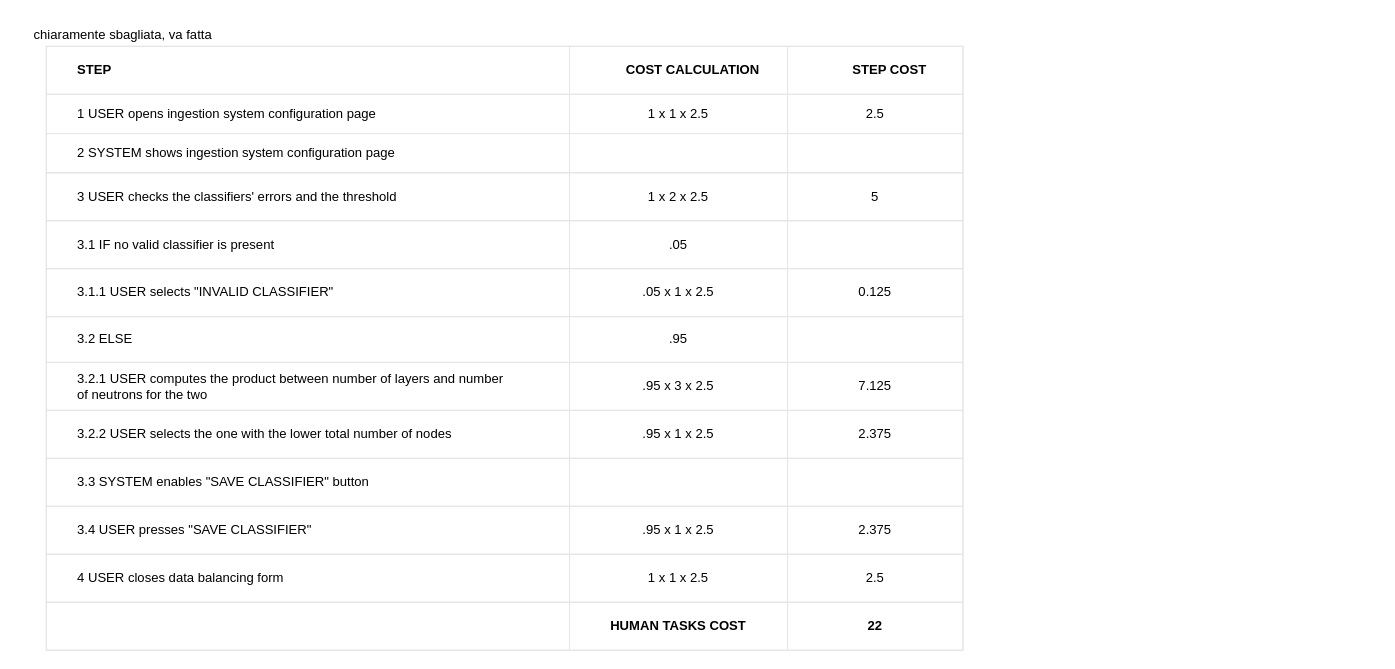
BaffoBello14/AutomaticDamagesRecognition keeps this draw.io diagram as configure/Capecchi/table ingestion system.drawio. Above is the earlier version. Source tidied: cells renumbered, new cells numbered last; positions are measured from the earlier drawing's top-left corner, leaving out a move shared by most shapes. Both pictures are drawn from the tidied source at 109%, with x=0, y=0 at pixel (19, 19).
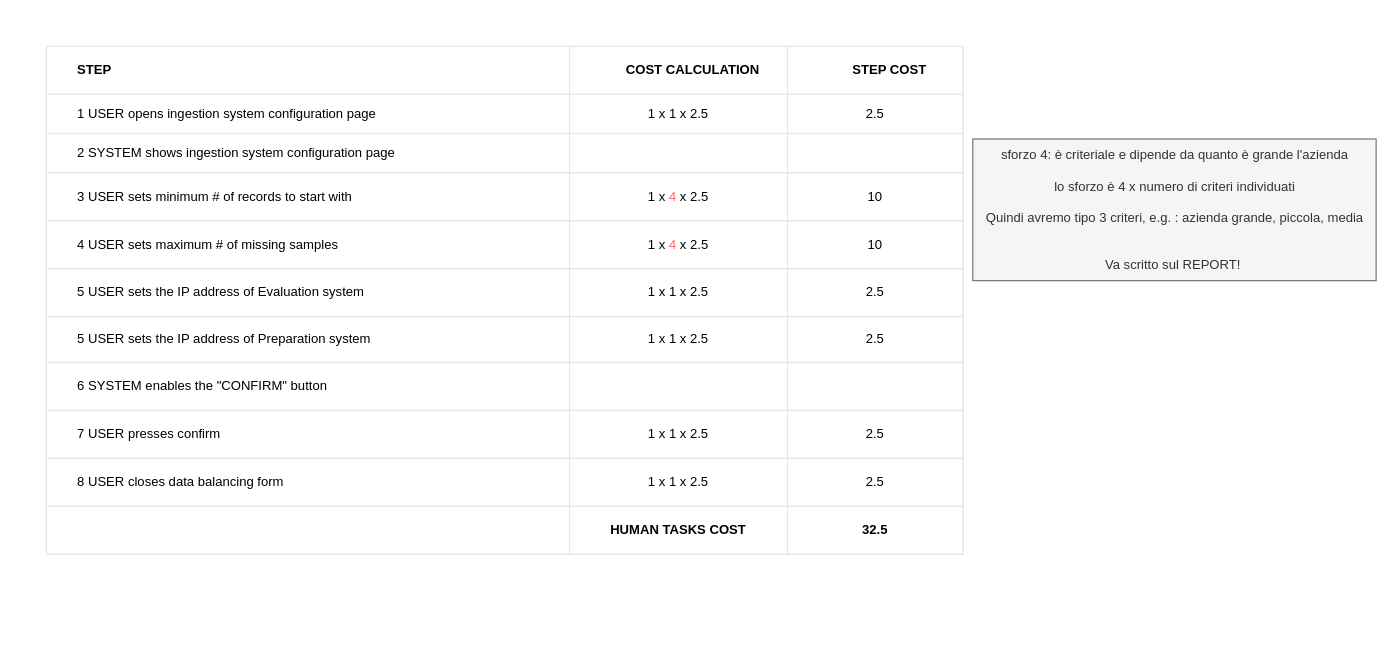
Above is the later version.

Unchanged cells that the change refers to:
```xml
<mxCell id="15" style="shape=tableRow;horizontal=0;startSize=0;swimlaneHead=0;swimlaneBody=0;top=0;left=0;bottom=0;right=0;fontStyle=0;fillColor=none;strokeColor=inherit;align=center;" parent="2" vertex="1">
  <mxGeometry y="116" width="841" height="44" as="geometry" />
</mxCell>
<mxCell id="19" style="shape=tableRow;horizontal=0;startSize=0;swimlaneHead=0;swimlaneBody=0;top=0;left=0;bottom=0;right=0;fontStyle=0;fillColor=none;strokeColor=inherit;align=center;" parent="2" vertex="1">
  <mxGeometry y="160" width="841" height="44" as="geometry" />
</mxCell>
<mxCell id="23" style="shape=tableRow;horizontal=0;startSize=0;swimlaneHead=0;swimlaneBody=0;top=0;left=0;bottom=0;right=0;fontStyle=0;fillColor=none;strokeColor=inherit;align=center;" parent="2" vertex="1">
  <mxGeometry y="204" width="841" height="44" as="geometry" />
</mxCell>
<mxCell id="27" style="shape=tableRow;horizontal=0;startSize=0;swimlaneHead=0;swimlaneBody=0;top=0;left=0;bottom=0;right=0;fontStyle=0;fillColor=none;strokeColor=inherit;align=center;" parent="2" vertex="1">
  <mxGeometry y="248" width="841" height="42" as="geometry" />
</mxCell>
<mxCell id="31" style="shape=tableRow;horizontal=0;startSize=0;swimlaneHead=0;swimlaneBody=0;top=0;left=0;bottom=0;right=0;fontStyle=0;fillColor=none;strokeColor=inherit;align=center;" parent="2" vertex="1">
  <mxGeometry y="290" width="841" height="44" as="geometry" />
</mxCell>
<mxCell id="35" style="shape=tableRow;horizontal=0;startSize=0;swimlaneHead=0;swimlaneBody=0;top=0;left=0;bottom=0;right=0;fontStyle=0;fillColor=none;strokeColor=inherit;align=center;" parent="2" vertex="1">
  <mxGeometry y="334" width="841" height="44" as="geometry" />
</mxCell>
<mxCell id="39" style="shape=tableRow;horizontal=0;startSize=0;swimlaneHead=0;swimlaneBody=0;top=0;left=0;bottom=0;right=0;fontStyle=0;fillColor=none;strokeColor=inherit;align=center;" parent="2" vertex="1">
  <mxGeometry y="378" width="841" height="44" as="geometry" />
</mxCell>
```

What changed in the source:
```diff
@@
     <mxCell id="2" style="childLayout=tableLayout;shadow=0;strokeColor=#E6E6E6;align=center;" parent="1" vertex="1">
-      <mxGeometry x="25" y="25" width="841" height="554" as="geometry" />
+      <mxGeometry x="25" y="25" width="841" height="466" as="geometry" />
     </mxCell>
@@
-    <mxCell id="16" value="&lt;span style=&quot;border-color: var(--border-color);&quot;&gt;&#9;&lt;/span&gt;&lt;span style=&quot;white-space: pre;&quot;&gt;&#9;&lt;/span&gt;3 USER checks the classifiers' errors and the threshold" style="strokeColor=inherit;fillColor=none;align=left;whiteSpace=wrap;html=1;labelPosition=center;verticalLabelPosition=middle;verticalAlign=middle;" parent="15" vertex="1">
+    <mxCell id="16" value="&lt;span style=&quot;border-color: var(--border-color);&quot;&gt;&#9;&lt;/span&gt;&lt;span style=&quot;&quot;&gt;&#9;&lt;/span&gt;&lt;span style=&quot;white-space: pre;&quot;&gt;&#9;&lt;/span&gt;3 USER sets minimum # of records to start with" style="strokeColor=inherit;fillColor=none;align=left;whiteSpace=wrap;html=1;labelPosition=center;verticalLabelPosition=middle;verticalAlign=middle;" parent="15" vertex="1">
       <mxGeometry width="480" height="44" as="geometry" />
     </mxCell>
-    <mxCell id="17" value="1 x 2 x 2.5" style="strokeColor=inherit;fillColor=none;align=center;whiteSpace=wrap;html=1;" parent="15" vertex="1">
+    <mxCell id="17" value="1 x &lt;font color=&quot;#ff6666&quot;&gt;4 &lt;/font&gt;x 2.5" style="strokeColor=inherit;fillColor=none;align=center;whiteSpace=wrap;html=1;" parent="15" vertex="1">
       <mxGeometry x="480" width="200" height="44" as="geometry" />
     </mxCell>
-    <mxCell id="18" value="5" style="strokeColor=inherit;fillColor=none;align=center;whiteSpace=wrap;html=1;" parent="15" vertex="1">
+    <mxCell id="18" value="10" style="strokeColor=inherit;fillColor=none;align=center;whiteSpace=wrap;html=1;" parent="15" vertex="1">
       <mxGeometry x="680" width="161" height="44" as="geometry" />
     </mxCell>
@@
-    <mxCell id="20" value="&lt;span style=&quot;white-space: pre;&quot;&gt;&#9;&lt;/span&gt;3.1 IF no valid classifier is present" style="strokeColor=inherit;fillColor=none;align=left;whiteSpace=wrap;html=1;labelPosition=center;verticalLabelPosition=middle;verticalAlign=middle;" parent="19" vertex="1">
+    <mxCell id="20" value="&lt;span style=&quot;&quot;&gt;&#9;&lt;/span&gt;&lt;span style=&quot;white-space: pre;&quot;&gt;&#9;&lt;/span&gt;4&amp;nbsp;USER sets maximum # of missing samples" style="strokeColor=inherit;fillColor=none;align=left;whiteSpace=wrap;html=1;labelPosition=center;verticalLabelPosition=middle;verticalAlign=middle;" parent="19" vertex="1">
       <mxGeometry width="480" height="44" as="geometry" />
     </mxCell>
-    <mxCell id="21" value=".05" style="strokeColor=inherit;fillColor=none;align=center;whiteSpace=wrap;html=1;" parent="19" vertex="1">
+    <mxCell id="21" value="1 x &lt;font color=&quot;#ff6666&quot;&gt;4 &lt;/font&gt;x 2.5" style="strokeColor=inherit;fillColor=none;align=center;whiteSpace=wrap;html=1;" parent="19" vertex="1">
       <mxGeometry x="480" width="200" height="44" as="geometry" />
     </mxCell>
-    <mxCell id="22" style="strokeColor=inherit;fillColor=none;align=center;whiteSpace=wrap;html=1;" parent="19" vertex="1">
+    <mxCell id="22" value="10" style="strokeColor=inherit;fillColor=none;align=center;whiteSpace=wrap;html=1;" parent="19" vertex="1">
       <mxGeometry x="680" width="161" height="44" as="geometry" />
     </mxCell>
@@
-    <mxCell id="24" value="&lt;span style=&quot;white-space: pre;&quot;&gt;&#9;&lt;/span&gt;3.1.1&amp;nbsp;USER selects &quot;INVALID CLASSIFIER&quot;" style="strokeColor=inherit;fillColor=none;align=left;whiteSpace=wrap;html=1;labelPosition=center;verticalLabelPosition=middle;verticalAlign=middle;" parent="23" vertex="1">
+    <mxCell id="24" value="&lt;span style=&quot;border-color: var(--border-color);&quot;&gt;&#9;&lt;/span&gt;&lt;span style=&quot;&quot;&gt;&#9;&lt;/span&gt;&lt;span style=&quot;white-space: pre;&quot;&gt;&#9;&lt;/span&gt;5&amp;nbsp;USER sets the IP address of Evaluation system" style="strokeColor=inherit;fillColor=none;align=left;whiteSpace=wrap;html=1;labelPosition=center;verticalLabelPosition=middle;verticalAlign=middle;" parent="23" vertex="1">
       <mxGeometry width="480" height="44" as="geometry" />
     </mxCell>
-    <mxCell id="25" value=".05 x 1 x 2.5" style="strokeColor=inherit;fillColor=none;align=center;whiteSpace=wrap;html=1;" parent="23" vertex="1">
+    <mxCell id="25" value="1 x 1 x 2.5" style="strokeColor=inherit;fillColor=none;align=center;whiteSpace=wrap;html=1;" parent="23" vertex="1">
       <mxGeometry x="480" width="200" height="44" as="geometry" />
     </mxCell>
-    <mxCell id="26" value="0.125" style="strokeColor=inherit;fillColor=none;align=center;whiteSpace=wrap;html=1;" parent="23" vertex="1">
+    <mxCell id="26" value="2.5" style="strokeColor=inherit;fillColor=none;align=center;whiteSpace=wrap;html=1;" parent="23" vertex="1">
       <mxGeometry x="680" width="161" height="44" as="geometry" />
     </mxCell>
@@
-    <mxCell id="28" value="&lt;span style=&quot;white-space: pre;&quot;&gt;&#9;&lt;/span&gt;3.2 ELSE" style="strokeColor=inherit;fillColor=none;align=left;whiteSpace=wrap;html=1;labelPosition=center;verticalLabelPosition=middle;verticalAlign=middle;" parent="27" vertex="1">
+    <mxCell id="28" value="&lt;span style=&quot;border-color: var(--border-color);&quot;&gt;&#9;&lt;/span&gt;&lt;span style=&quot;white-space: pre;&quot;&gt;&#9;&lt;/span&gt;5&amp;nbsp;USER sets the IP address of Preparation system" style="strokeColor=inherit;fillColor=none;align=left;whiteSpace=wrap;html=1;labelPosition=center;verticalLabelPosition=middle;verticalAlign=middle;" parent="27" vertex="1">
       <mxGeometry width="480" height="42" as="geometry" />
     </mxCell>
-    <mxCell id="29" value=".95" style="strokeColor=inherit;fillColor=none;align=center;whiteSpace=wrap;html=1;" parent="27" vertex="1">
+    <mxCell id="29" value="1 x 1 x 2.5" style="strokeColor=inherit;fillColor=none;align=center;whiteSpace=wrap;html=1;" parent="27" vertex="1">
       <mxGeometry x="480" width="200" height="42" as="geometry" />
     </mxCell>
-    <mxCell id="30" style="strokeColor=inherit;fillColor=none;align=center;whiteSpace=wrap;html=1;" parent="27" vertex="1">
+    <mxCell id="30" value="2.5" style="strokeColor=inherit;fillColor=none;align=center;whiteSpace=wrap;html=1;" parent="27" vertex="1">
       <mxGeometry x="680" width="161" height="42" as="geometry" />
     </mxCell>
@@
-    <mxCell id="32" value="&lt;span style=&quot;&quot;&gt;&#9;&lt;/span&gt;&lt;span style=&quot;white-space: pre;&quot;&gt;&#9;&lt;/span&gt;3.2.1 USER computes the product between number of layers and number&amp;nbsp; &lt;span style=&quot;white-space: pre;&quot;&gt;&#9;&lt;/span&gt;of&amp;nbsp;neutrons for the two" style="strokeColor=inherit;fillColor=none;align=left;whiteSpace=wrap;html=1;labelPosition=center;verticalLabelPosition=middle;verticalAlign=middle;" parent="31" vertex="1">
+    <mxCell id="32" value="&lt;span style=&quot;white-space: pre;&quot;&gt;&#9;6&lt;/span&gt;&amp;nbsp;SYSTEM enables the &quot;CONFIRM&quot; button" style="strokeColor=inherit;fillColor=none;align=left;whiteSpace=wrap;html=1;labelPosition=center;verticalLabelPosition=middle;verticalAlign=middle;" parent="31" vertex="1">
       <mxGeometry width="480" height="44" as="geometry" />
     </mxCell>
-    <mxCell id="33" value=".95 x 3 x 2.5" style="strokeColor=inherit;fillColor=none;align=center;whiteSpace=wrap;html=1;" parent="31" vertex="1">
+    <mxCell id="33" style="strokeColor=inherit;fillColor=none;align=center;whiteSpace=wrap;html=1;" parent="31" vertex="1">
       <mxGeometry x="480" width="200" height="44" as="geometry" />
     </mxCell>
-    <mxCell id="34" value="7.125" style="strokeColor=inherit;fillColor=none;align=center;whiteSpace=wrap;html=1;" parent="31" vertex="1">
+    <mxCell id="34" style="strokeColor=inherit;fillColor=none;align=center;whiteSpace=wrap;html=1;" parent="31" vertex="1">
       <mxGeometry x="680" width="161" height="44" as="geometry" />
     </mxCell>
@@
-    <mxCell id="36" value="&lt;span style=&quot;border-color: var(--border-color);&quot;&gt;&#9;&lt;/span&gt;&lt;span style=&quot;&quot;&gt;&#9;&lt;/span&gt;&lt;span style=&quot;white-space: pre;&quot;&gt;&#9;&lt;/span&gt;3.2.2 USER selects the one with the lower total number of nodes" style="strokeColor=inherit;fillColor=none;align=left;whiteSpace=wrap;html=1;labelPosition=center;verticalLabelPosition=middle;verticalAlign=middle;" parent="35" vertex="1">
+    <mxCell id="36" value="&lt;span style=&quot;white-space: pre;&quot;&gt;&#9;&lt;/span&gt;7 USER presses confirm" style="strokeColor=inherit;fillColor=none;align=left;whiteSpace=wrap;html=1;labelPosition=center;verticalLabelPosition=middle;verticalAlign=middle;" parent="35" vertex="1">
       <mxGeometry width="480" height="44" as="geometry" />
     </mxCell>
-    <mxCell id="37" value=".95 x 1 x 2.5" style="strokeColor=inherit;fillColor=none;align=center;whiteSpace=wrap;html=1;" parent="35" vertex="1">
+    <mxCell id="37" value="1 x 1 x 2.5" style="strokeColor=inherit;fillColor=none;align=center;whiteSpace=wrap;html=1;" parent="35" vertex="1">
       <mxGeometry x="480" width="200" height="44" as="geometry" />
     </mxCell>
-    <mxCell id="38" value="2.375" style="strokeColor=inherit;fillColor=none;align=center;whiteSpace=wrap;html=1;" parent="35" vertex="1">
+    <mxCell id="38" value="2.5" style="strokeColor=inherit;fillColor=none;align=center;whiteSpace=wrap;html=1;" parent="35" vertex="1">
       <mxGeometry x="680" width="161" height="44" as="geometry" />
     </mxCell>
@@
-    <mxCell id="40" value="&lt;span style=&quot;border-color: var(--border-color);&quot;&gt;&#9;&lt;/span&gt;&lt;span style=&quot;white-space: pre;&quot;&gt;&#9;&lt;/span&gt;3.3 SYSTEM enables &quot;SAVE CLASSIFIER&quot; button" style="strokeColor=inherit;fillColor=none;align=left;whiteSpace=wrap;html=1;labelPosition=center;verticalLabelPosition=middle;verticalAlign=middle;" parent="39" vertex="1">
+    <mxCell id="40" value="&lt;span style=&quot;white-space: pre;&quot;&gt;&#9;&lt;/span&gt;8&amp;nbsp;USER closes data balancing form" style="strokeColor=inherit;fillColor=none;align=left;whiteSpace=wrap;html=1;labelPosition=center;verticalLabelPosition=middle;verticalAlign=middle;" parent="39" vertex="1">
       <mxGeometry width="480" height="44" as="geometry" />
     </mxCell>
-    <mxCell id="41" style="strokeColor=inherit;fillColor=none;align=center;whiteSpace=wrap;html=1;" parent="39" vertex="1">
+    <mxCell id="41" value="1 x 1 x 2.5" style="strokeColor=inherit;fillColor=none;align=center;whiteSpace=wrap;html=1;" parent="39" vertex="1">
       <mxGeometry x="480" width="200" height="44" as="geometry" />
     </mxCell>
-    <mxCell id="42" style="strokeColor=inherit;fillColor=none;align=center;whiteSpace=wrap;html=1;" parent="39" vertex="1">
+    <mxCell id="42" value="2.5" style="strokeColor=inherit;fillColor=none;align=center;whiteSpace=wrap;html=1;" parent="39" vertex="1">
       <mxGeometry x="680" width="161" height="44" as="geometry" />
     </mxCell>
-    <mxCell id="43" style="shape=tableRow;horizontal=0;startSize=0;swimlaneHead=0;swimlaneBody=0;top=0;left=0;bottom=0;right=0;fontStyle=0;fillColor=none;strokeColor=inherit;align=center;" parent="2" vertex="1">
-      <mxGeometry y="422" width="841" height="44" as="geometry" />
-    </mxCell>
-    <mxCell id="44" value="&lt;span style=&quot;border-color: var(--border-color);&quot;&gt;&#9;&lt;/span&gt;&lt;span style=&quot;white-space: pre;&quot;&gt;&#9;&lt;/span&gt;3.4 USER presses &quot;SAVE CLASSIFIER&quot;" style="strokeColor=inherit;fillColor=none;align=left;whiteSpace=wrap;html=1;labelPosition=center;verticalLabelPosition=middle;verticalAlign=middle;" parent="43" vertex="1">
-      <mxGeometry width="480" height="44" as="geometry" />
-    </mxCell>
-    <mxCell id="45" value=".95 x 1 x 2.5" style="strokeColor=inherit;fillColor=none;align=center;whiteSpace=wrap;html=1;" parent="43" vertex="1">
-      <mxGeometry x="480" width="200" height="44" as="geometry" />
-    </mxCell>
-    <mxCell id="46" value="2.375" style="strokeColor=inherit;fillColor=none;align=center;whiteSpace=wrap;html=1;" parent="43" vertex="1">
-      <mxGeometry x="680" width="161" height="44" as="geometry" />
-    </mxCell>
-    <mxCell id="47" style="shape=tableRow;horizontal=0;startSize=0;swimlaneHead=0;swimlaneBody=0;top=0;left=0;bottom=0;right=0;fontStyle=0;fillColor=none;strokeColor=inherit;align=center;" parent="2" vertex="1">
-      <mxGeometry y="466" width="841" height="44" as="geometry" />
-    </mxCell>
-    <mxCell id="48" value="&lt;span style=&quot;border-color: var(--border-color);&quot;&gt;&#9;&lt;/span&gt;&lt;span style=&quot;white-space: pre;&quot;&gt;&#9;&lt;/span&gt;4 USER closes data balancing form" style="strokeColor=inherit;fillColor=none;align=left;whiteSpace=wrap;html=1;labelPosition=center;verticalLabelPosition=middle;verticalAlign=middle;" parent="47" vertex="1">
-      <mxGeometry width="480" height="44" as="geometry" />
-    </mxCell>
-    <mxCell id="49" value="1 x 1 x 2.5" style="strokeColor=inherit;fillColor=none;align=center;whiteSpace=wrap;html=1;" parent="47" vertex="1">
-      <mxGeometry x="480" width="200" height="44" as="geometry" />
-    </mxCell>
-    <mxCell id="50" value="2.5" style="strokeColor=inherit;fillColor=none;align=center;whiteSpace=wrap;html=1;" parent="47" vertex="1">
-      <mxGeometry x="680" width="161" height="44" as="geometry" />
-    </mxCell>
     <mxCell id="51" style="shape=tableRow;horizontal=0;startSize=0;swimlaneHead=0;swimlaneBody=0;top=0;left=0;bottom=0;right=0;fontStyle=0;fillColor=none;strokeColor=inherit;align=center;" parent="2" vertex="1">
-      <mxGeometry y="510" width="841" height="44" as="geometry" />
+      <mxGeometry y="422" width="841" height="44" as="geometry" />
     </mxCell>
@@
-    <mxCell id="54" value="22" style="strokeColor=inherit;fillColor=none;align=center;whiteSpace=wrap;html=1;fontStyle=1;" parent="51" vertex="1">
+    <mxCell id="54" value="32.5" style="strokeColor=inherit;fillColor=none;align=center;whiteSpace=wrap;html=1;fontStyle=1;" parent="51" vertex="1">
       <mxGeometry x="680" width="161" height="44" as="geometry" />
     </mxCell>
-    <mxCell id="55" value="chiaramente sbagliata, va fatta" style="text;html=1;align=center;verticalAlign=middle;strokeColor=none;fillColor=none;" parent="1" vertex="1">
-      <mxGeometry width="190" height="30" as="geometry" />
-    </mxCell>
+    <mxCell id="56" value="sforzo 4: è criteriale e dipende da quanto è grande l'azienda&lt;br&gt;&lt;br&gt;lo sforzo è 4 x numero di criteri individuati&lt;br&gt;&lt;br&gt;Quindi avremo tipo 3 criteri, e.g. : azienda grande, piccola, media&lt;br&gt;&lt;br&gt;&lt;br&gt;Va scritto sul REPORT!&amp;nbsp;" style="text;html=1;align=center;verticalAlign=middle;fillColor=#f5f5f5;fontColor=#333333;strokeColor=#666666;" parent="1" vertex="1">
+      <mxGeometry x="875" y="110" width="370" height="130" as="geometry" />
+    </mxCell>
```
